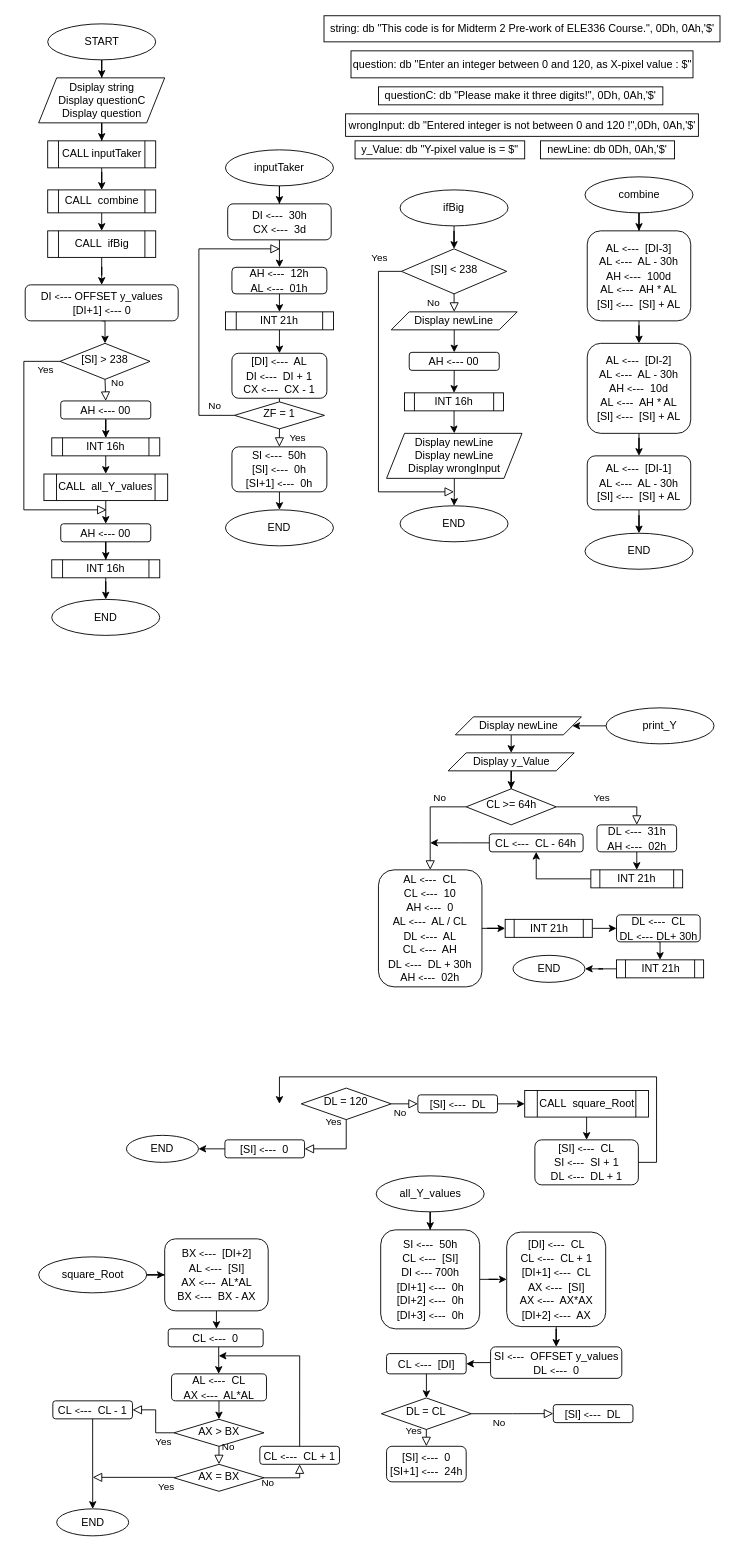
Before: finalQ1.drawio in mmuurraatt/My-Projects-On-Github, a draw.io diagram. Source tidied: cells renumbered, new cells numbered last; positions are measured from the earlier drawing's top-left corner, leaving out a move shared by most shapes. Both pictures are drawn from the tidied source at 90%, with x=0, y=0 at pixel (23, 15).
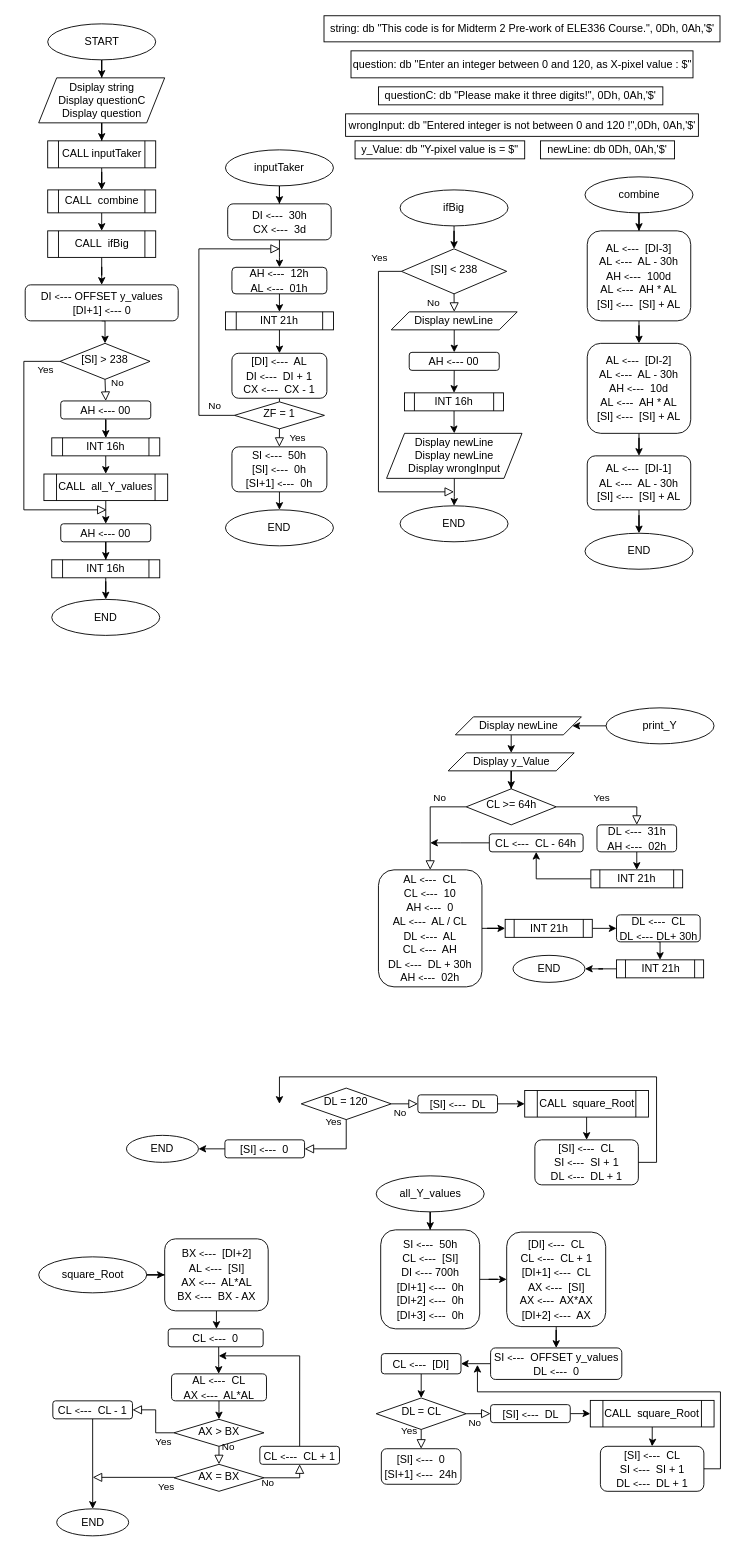
After the change.

The edit, as a diff of the source:
```diff
@@
     <mxCell id="136" style="edgeStyle=orthogonalEdgeStyle;rounded=0;jettySize=auto;html=1;" parent="1" edge="1" source="137" target="139">
-      <mxGeometry relative="1" as="geometry" />
+      <mxGeometry relative="1" as="geometry">
+        <Array as="points">
+          <mxPoint x="494" y="1498" />
+          <mxPoint x="494" y="1498" />
+        </Array>
+      </mxGeometry>
     </mxCell>
     <mxCell id="137" value="SI&amp;nbsp;&lt;font style=&quot;font-size: 10px;&quot;&gt;&amp;lt;&lt;/font&gt;&lt;font style=&quot;font-size: 13px;&quot;&gt;---&lt;/font&gt;&amp;nbsp; OFFSET y_values&lt;br&gt;DL&amp;nbsp;&lt;font style=&quot;font-size: 10px;&quot;&gt;&amp;lt;&lt;/font&gt;&lt;font style=&quot;font-size: 13px;&quot;&gt;---&lt;/font&gt;&amp;nbsp; 0" style="rounded=1;whiteSpace=wrap;html=1;fontSize=12;glass=0;strokeWidth=1;shadow=0;" parent="1" vertex="1">
-      <mxGeometry x="518.6" y="1479" width="145.8" height="35" as="geometry" />
+      <mxGeometry x="518.6" y="1480.2" width="145.8" height="35" as="geometry" />
     </mxCell>
@@
     <mxCell id="139" value="CL&amp;nbsp;&lt;font style=&quot;font-size: 10px&quot;&gt;&amp;lt;&lt;/font&gt;&lt;font style=&quot;font-size: 13px&quot;&gt;---&lt;/font&gt;&amp;nbsp; [DI]" style="rounded=1;whiteSpace=wrap;html=1;fontSize=12;glass=0;strokeWidth=1;shadow=0;" parent="1" vertex="1">
-      <mxGeometry x="403" y="1486.5" width="88.5" height="22.5" as="geometry" />
+      <mxGeometry x="397.2" y="1486.5" width="88.5" height="22.5" as="geometry" />
     </mxCell>
     <mxCell id="140" value="DL = CL" style="rhombus;whiteSpace=wrap;html=1;shadow=0;fontFamily=Helvetica;fontSize=12;align=center;strokeWidth=1;spacing=6;spacingTop=-4;" parent="1" vertex="1">
-      <mxGeometry x="397.2" y="1535.8" width="100" height="35" as="geometry" />
+      <mxGeometry x="391.5" y="1535.8" width="100" height="35" as="geometry" />
     </mxCell>
     <mxCell id="141" value="No" style="rounded=0;html=1;jettySize=auto;fontSize=11;endArrow=block;endFill=0;endSize=8;strokeWidth=1;shadow=0;labelBackgroundColor=none;edgeStyle=orthogonalEdgeStyle;exitX=1;exitY=0.5;exitDx=0;exitDy=0;entryX=0;entryY=0.5;entryDx=0;entryDy=0;" parent="1" edge="1" source="140" target="142">
-      <mxGeometry x="-0.31" y="-10" relative="1" as="geometry" />
+      <mxGeometry x="-0.31" y="-10" relative="1" as="geometry">
+        <Array as="points">
+          <mxPoint x="492" y="1553" />
+        </Array>
+      </mxGeometry>
     </mxCell>
+    <mxCell id="145" style="edgeStyle=orthogonalEdgeStyle;rounded=0;jettySize=auto;html=1;" parent="1" edge="1" source="142" target="147">
+      <mxGeometry relative="1" as="geometry" />
+    </mxCell>
     <mxCell id="142" value="[SI]&amp;nbsp;&lt;font style=&quot;font-size: 10px&quot;&gt;&amp;lt;&lt;/font&gt;&lt;font style=&quot;font-size: 13px&quot;&gt;---&lt;/font&gt;&amp;nbsp; DL" style="rounded=1;whiteSpace=wrap;html=1;fontSize=12;glass=0;strokeWidth=1;shadow=0;" parent="1" vertex="1">
-      <mxGeometry x="588.3" y="1543.2" width="88.5" height="20" as="geometry" />
+      <mxGeometry x="518.6" y="1543.2" width="88.5" height="20" as="geometry" />
     </mxCell>
     <mxCell id="143" value="Yes" style="rounded=0;html=1;jettySize=auto;fontSize=11;endArrow=block;endFill=0;endSize=8;strokeWidth=1;shadow=0;labelBackgroundColor=none;edgeStyle=orthogonalEdgeStyle;exitX=0.5;exitY=1;exitDx=0;exitDy=0;entryX=0.5;entryY=0;entryDx=0;entryDy=0;" parent="1" edge="1" source="140" target="144">
       <mxGeometry x="-0.94" y="-14" relative="1" as="geometry">
         <Array as="points">
-          <mxPoint x="447" y="1579" />
-          <mxPoint x="447" y="1579" />
+          <mxPoint x="441.2" y="1581.8" />
+          <mxPoint x="441.2" y="1581.8" />
         </Array>
       </mxGeometry>
     </mxCell>
     <mxCell id="144" value="[SI]&amp;nbsp;&lt;font style=&quot;font-size: 10px&quot;&gt;&amp;lt;&lt;/font&gt;&lt;font style=&quot;font-size: 13px&quot;&gt;---&lt;/font&gt;&amp;nbsp; 0&lt;br&gt;[SI+1]&amp;nbsp;&lt;font style=&quot;font-size: 10px;&quot;&gt;&amp;lt;&lt;/font&gt;&lt;font style=&quot;font-size: 13px;&quot;&gt;---&lt;/font&gt;&amp;nbsp; 24h" style="rounded=1;whiteSpace=wrap;html=1;fontSize=12;glass=0;strokeWidth=1;shadow=0;" parent="1" vertex="1">
-      <mxGeometry x="403" y="1589.5" width="88.5" height="39.5" as="geometry" />
+      <mxGeometry x="397.2" y="1592.2" width="88.5" height="39.5" as="geometry" />
     </mxCell>
+    <mxCell id="146" style="edgeStyle=orthogonalEdgeStyle;rounded=0;jettySize=auto;html=1;" parent="1" edge="1" source="147" target="148">
+      <mxGeometry relative="1" as="geometry" />
+    </mxCell>
+    <mxCell id="147" value="CALL&amp;nbsp; square_Root" style="shape=process;whiteSpace=wrap;html=1;backgroundOutline=1;" parent="1" vertex="1">
+      <mxGeometry x="629.4" y="1538.5" width="137.5" height="29.5" as="geometry" />
+    </mxCell>
+    <mxCell id="148" value="[SI]&amp;nbsp;&lt;font style=&quot;font-size: 10px&quot;&gt;&amp;lt;&lt;/font&gt;&lt;font style=&quot;font-size: 13px&quot;&gt;---&lt;/font&gt;&amp;nbsp; CL&lt;br&gt;SI&amp;nbsp;&lt;font style=&quot;font-size: 10px&quot;&gt;&amp;lt;&lt;/font&gt;&lt;font style=&quot;font-size: 13px&quot;&gt;---&lt;/font&gt;&amp;nbsp; SI + 1&lt;br&gt;DL&amp;nbsp;&lt;font style=&quot;font-size: 10px&quot;&gt;&amp;lt;&lt;/font&gt;&lt;font style=&quot;font-size: 13px&quot;&gt;---&lt;/font&gt;&amp;nbsp; DL + 1" style="rounded=1;whiteSpace=wrap;html=1;fontSize=12;glass=0;strokeWidth=1;shadow=0;" parent="1" vertex="1">
+      <mxGeometry x="640.6" y="1589.5" width="115" height="50" as="geometry" />
+    </mxCell>
+    <mxCell id="149" style="edgeStyle=orthogonalEdgeStyle;rounded=0;jettySize=auto;html=1;exitX=1;exitY=0.5;exitDx=0;exitDy=0;" parent="1" edge="1" source="148">
+      <mxGeometry relative="1" as="geometry">
+        <mxPoint x="504" y="1499" as="targetPoint" />
+        <Array as="points">
+          <mxPoint x="774" y="1615" />
+          <mxPoint x="774" y="1529" />
+          <mxPoint x="504" y="1529" />
+        </Array>
+      </mxGeometry>
+    </mxCell>
```
